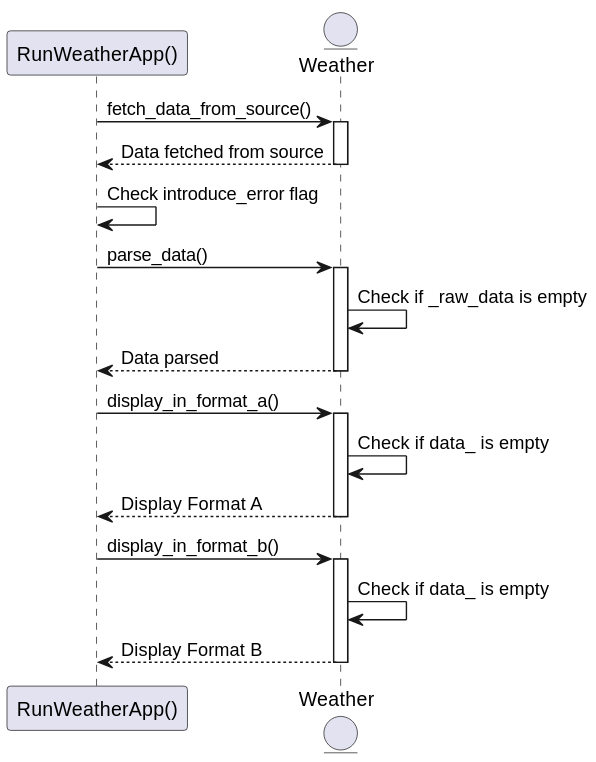
Earlier version of the PlantUML export Folien/Python/Code-Along/Woche 3/img/weather_app_sequence.svg (Coding-Academy-Munich/python-best-practice-de).
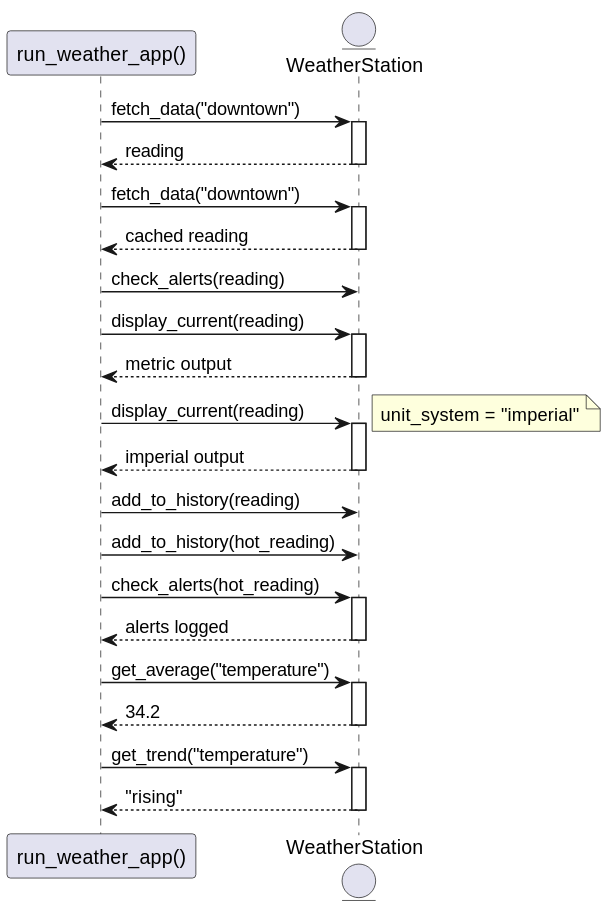
After the change.

Change to the diagram source:
```diff
@@ -1,28 +1,45 @@
 @startuml
-participant "RunWeatherApp()" as R
-entity "Weather" as W
+participant "run_weather_app()" as R
+entity "WeatherStation" as W
 
-R -> W: fetch_data_from_source()
+R -> W: fetch_data("downtown")
 activate W
-W --> R: Data fetched from source
+W --> R: reading
 deactivate W
 
-R -> R: Check introduce_error flag
-R -> W: parse_data()
+R -> W: fetch_data("downtown")
 activate W
-W -> W: Check if _raw_data is empty
-W --> R: Data parsed
+W --> R: cached reading
 deactivate W
 
-R -> W: display_in_format_a()
+R -> W: check_alerts(reading)
+
+R -> W: display_current(reading)
 activate W
-W -> W: Check if data_ is empty
-W --> R: Display Format A
+W --> R: metric output
 deactivate W
 
-R -> W: display_in_format_b()
+R -> W: display_current(reading)
 activate W
-W -> W: Check if data_ is empty
-W --> R: Display Format B
+note right: unit_system = "imperial"
+W --> R: imperial output
+deactivate W
+
+R -> W: add_to_history(reading)
+R -> W: add_to_history(hot_reading)
+
+R -> W: check_alerts(hot_reading)
+activate W
+W --> R: alerts logged
+deactivate W
+
+R -> W: get_average("temperature")
+activate W
+W --> R: 34.2
+deactivate W
+
+R -> W: get_trend("temperature")
+activate W
+W --> R: "rising"
 deactivate W
 @enduml
```
